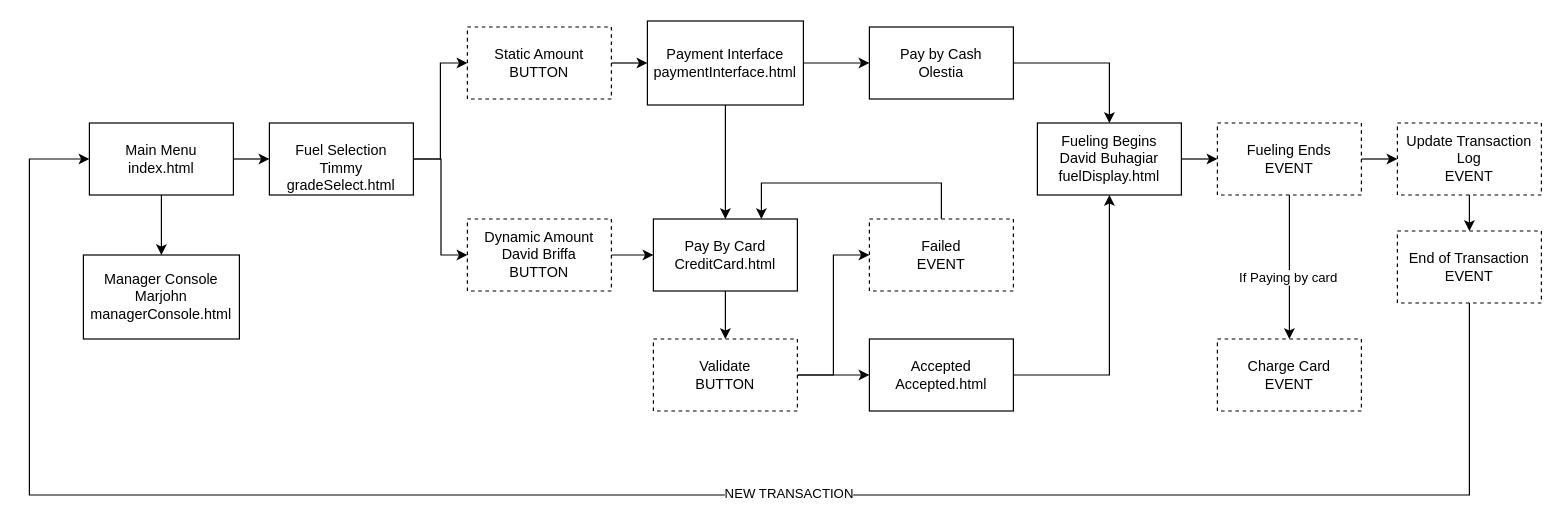
This is GasStation.drawio from David-Briffa/CIS2207-Assignment, a draw.io file, before an edit. Source tidied: cells renumbered, new cells numbered last; positions are measured from the earlier drawing's top-left corner, leaving out a move shared by most shapes. Both pictures are drawn from the tidied source at 120%, with x=0, y=0 at pixel (29, 20).
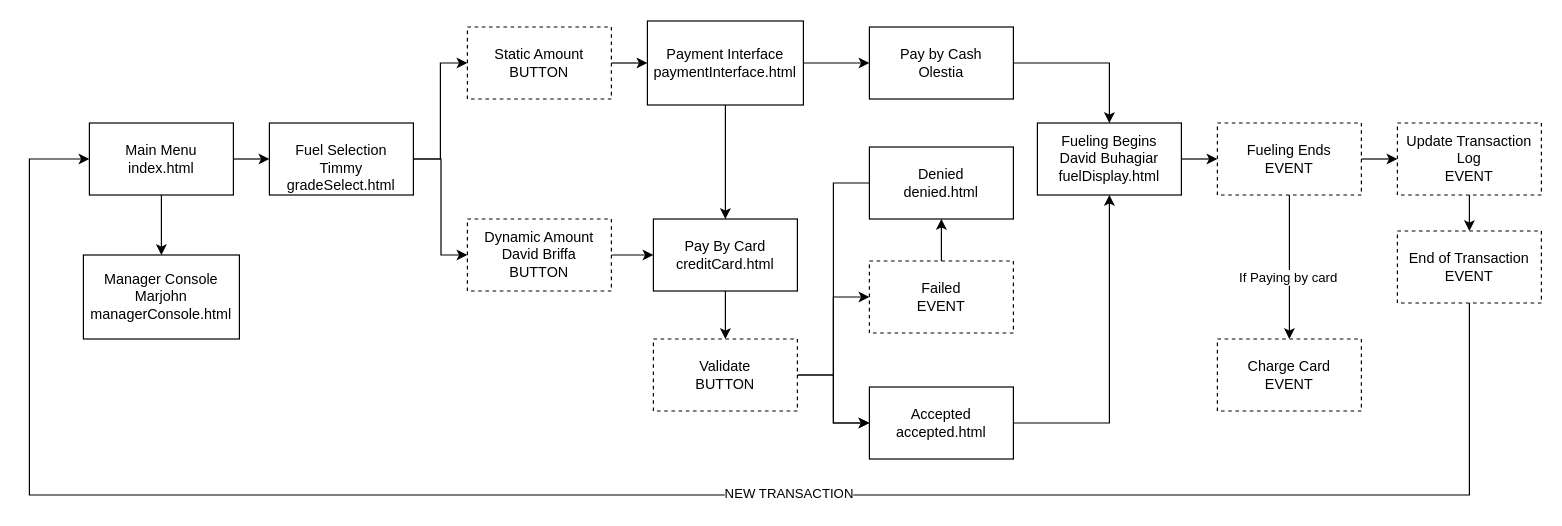
The same diagram, later.

Commit message:
updated names and new denied page

What changed in the source:
```diff
@@
-    <mxCell id="10" value="&lt;div&gt;Accepted&lt;/div&gt;Accepted.html" style="rounded=0;whiteSpace=wrap;html=1;" parent="1" vertex="1">
-      <mxGeometry x="700" y="265" width="120" height="60" as="geometry" />
+    <mxCell id="10" value="&lt;div&gt;Accepted&lt;/div&gt;accepted.html" style="rounded=0;whiteSpace=wrap;html=1;" parent="1" vertex="1">
+      <mxGeometry x="700" y="305" width="120" height="60" as="geometry" />
     </mxCell>
@@
-    <mxCell id="17" value="&lt;div&gt;Pay By Card&lt;/div&gt;&lt;div&gt;CreditCard.html&lt;br&gt;&lt;/div&gt;" style="rounded=0;whiteSpace=wrap;html=1;" parent="1" vertex="1">
+    <mxCell id="17" value="&lt;div&gt;Pay By Card&lt;/div&gt;&lt;div&gt;creditCard.html&lt;br&gt;&lt;/div&gt;" style="rounded=0;whiteSpace=wrap;html=1;" parent="1" vertex="1">
       <mxGeometry x="520" y="165" width="120" height="60" as="geometry" />
     </mxCell>
-    <mxCell id="18" style="edgeStyle=orthogonalEdgeStyle;rounded=0;jettySize=auto;html=1;exitX=0.5;exitY=0;exitDx=0;exitDy=0;entryX=0.75;entryY=0;entryDx=0;entryDy=0;" parent="1" edge="1" source="19" target="17">
-      <mxGeometry relative="1" as="geometry">
-        <Array as="points">
-          <mxPoint x="760" y="135" />
-          <mxPoint x="610" y="135" />
-        </Array>
-      </mxGeometry>
-    </mxCell>
+    <mxCell id="39" style="edgeStyle=orthogonalEdgeStyle;rounded=0;jettySize=auto;html=1;" parent="1" edge="1" source="19" target="41">
+      <mxGeometry relative="1" as="geometry" />
+    </mxCell>
     <mxCell id="19" value="&lt;div&gt;Failed&lt;/div&gt;&lt;div&gt;EVENT&lt;br&gt;&lt;/div&gt;" style="rounded=0;whiteSpace=wrap;html=1;dashed=1;" parent="1" vertex="1">
-      <mxGeometry x="700" y="165" width="120" height="60" as="geometry" />
+      <mxGeometry x="700" y="200" width="120" height="60" as="geometry" />
     </mxCell>
@@
+    <mxCell id="40" style="edgeStyle=orthogonalEdgeStyle;rounded=0;jettySize=auto;html=1;exitX=0;exitY=0.5;exitDx=0;exitDy=0;entryX=0;entryY=0.5;entryDx=0;entryDy=0;" parent="1" edge="1" source="41" target="10">
+      <mxGeometry relative="1" as="geometry">
+        <Array as="points">
+          <mxPoint x="670" y="135" />
+          <mxPoint x="670" y="335" />
+        </Array>
+      </mxGeometry>
+    </mxCell>
+    <mxCell id="41" value="&lt;div&gt;Denied&lt;/div&gt;&lt;div&gt;denied.html&lt;br&gt;&lt;/div&gt;" style="rounded=0;whiteSpace=wrap;html=1;" parent="1" vertex="1">
+      <mxGeometry x="700" y="105" width="120" height="60" as="geometry" />
+    </mxCell>
```
